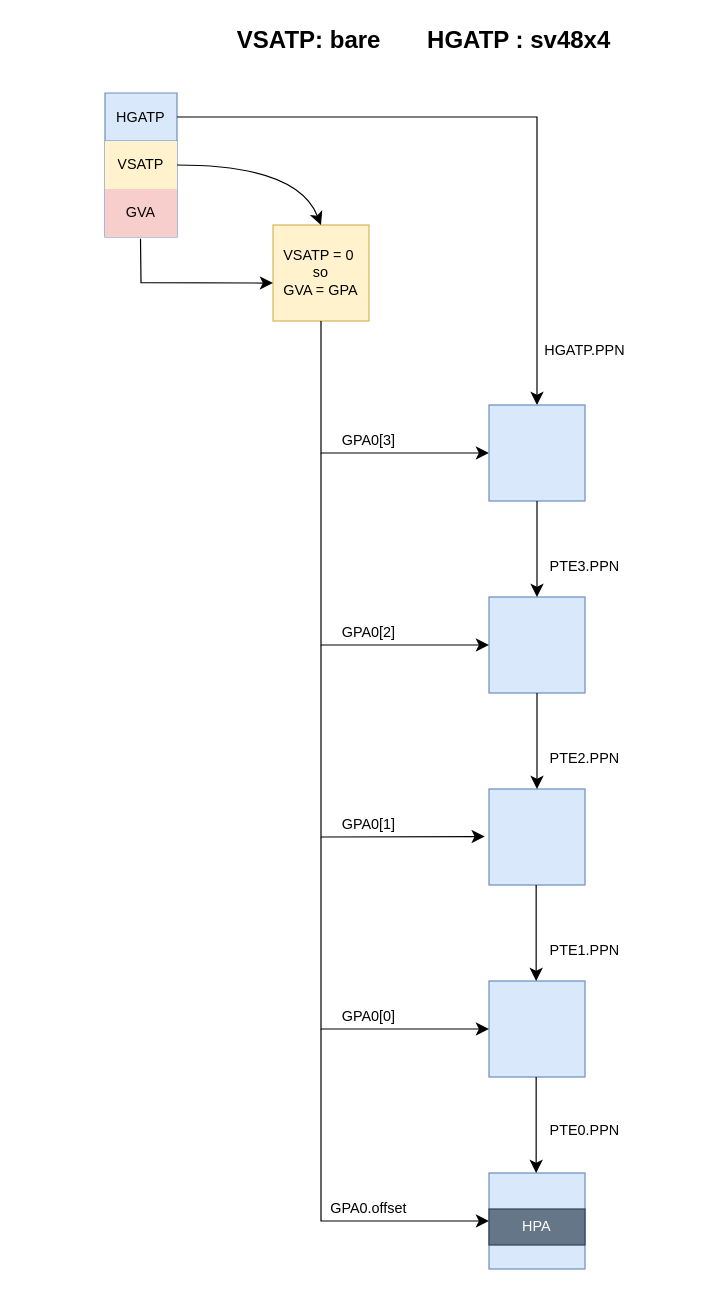
The draw.io diagram page "Page-5" (5 of 9) of vsatp_bare_hgatp_sv39x4.drawio in junaida32/AQLTech, before the edit. Source tidied: cells renumbered, new cells numbered last; positions are measured from the earlier drawing's top-left corner, leaving out a move shared by most shapes. Both pictures are drawn from the tidied source at 120%, with x=0, y=0 at pixel (104, 20).
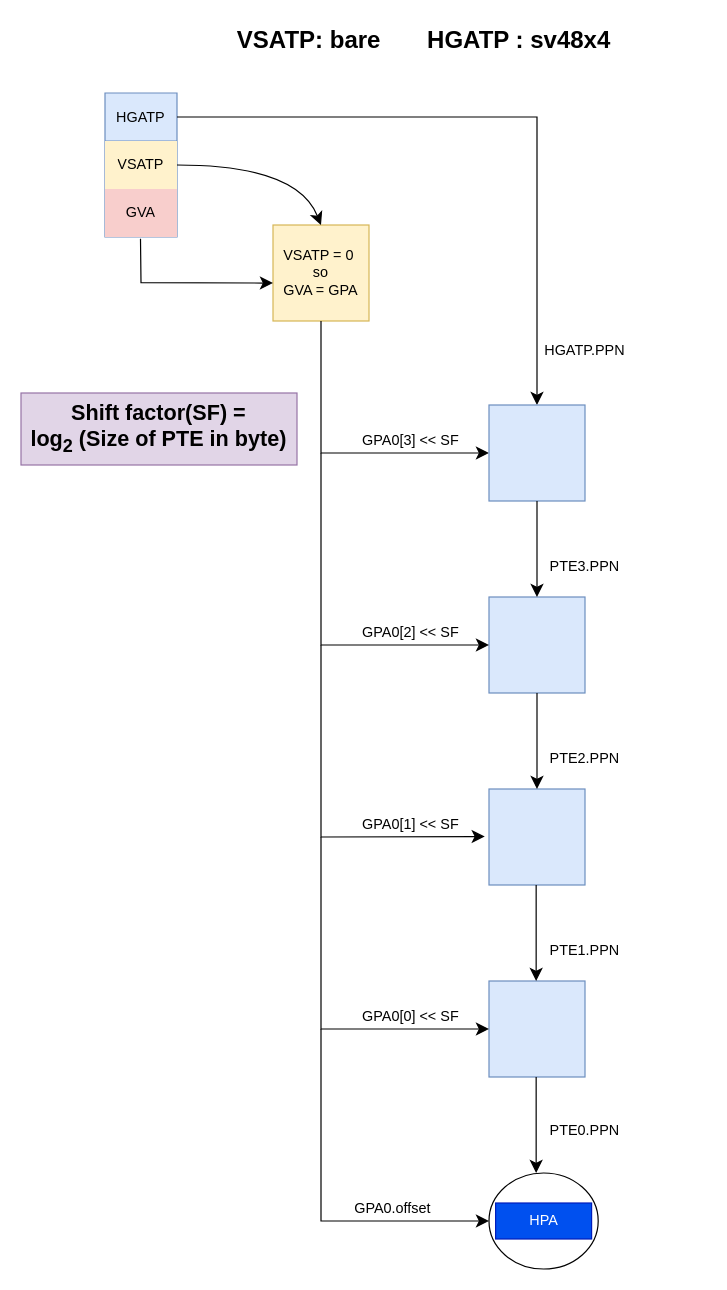
The same page after the edit.

The change refers to these unchanged cells:
```xml
<mxCell id="2" style="whiteSpace=wrap;html=1;fillColor=#dae8fc;strokeColor=#6c8ebf;" parent="1" vertex="1">
  <mxGeometry x="320" y="480" width="80" height="80" as="geometry" />
</mxCell>
<mxCell id="3" style="whiteSpace=wrap;html=1;fillColor=#dae8fc;strokeColor=#6c8ebf;" parent="1" vertex="1">
  <mxGeometry x="320" y="640" width="80" height="80" as="geometry" />
</mxCell>
<mxCell id="4" style="whiteSpace=wrap;html=1;fillColor=#dae8fc;strokeColor=#6c8ebf;" parent="1" vertex="1">
  <mxGeometry x="320" y="800" width="80" height="80" as="geometry" />
</mxCell>
<mxCell id="8" style="shape=tableRow;horizontal=0;startSize=0;swimlaneHead=0;swimlaneBody=0;strokeColor=inherit;top=0;left=0;bottom=0;right=0;fillColor=none;points=[[0,0.5],[1,0.5]];portConstraint=eastwest;" parent="5" vertex="1">
  <mxGeometry y="80" width="60" height="40" as="geometry" />
</mxCell>
<mxCell id="32" style="whiteSpace=wrap;html=1;fillColor=#dae8fc;strokeColor=#6c8ebf;" parent="1" vertex="1">
  <mxGeometry x="320" y="320" width="80" height="80" as="geometry" />
</mxCell>
```

The edit, as a diff of the source:
```diff
@@
-    <mxCell id="12" style="endArrow=classic;html=1;rounded=0;fontSize=12;startSize=8;endSize=8;entryX=0.5;entryY=0;entryDx=0;entryDy=0;" parent="1" edge="1" target="32">
-      <mxGeometry relative="1" as="geometry">
-        <mxPoint x="60" y="80" as="sourcePoint" />
-        <Array as="points">
-          <mxPoint x="360" y="80" />
-        </Array>
-      </mxGeometry>
-    </mxCell>
+    <mxCell id="37" style="endArrow=classic;html=1;rounded=0;fontSize=12;startSize=8;endSize=8;entryX=0.5;entryY=0;entryDx=0;entryDy=0;" parent="1" edge="1" target="32">
+      <mxGeometry relative="1" as="geometry">
+        <mxPoint x="60" y="80" as="sourcePoint" />
+        <Array as="points">
+          <mxPoint x="360" y="80" />
+        </Array>
+      </mxGeometry>
+    </mxCell>
@@
-    <mxCell id="15" value="GPA0[2]" style="text;html=1;align=center;verticalAlign=middle;whiteSpace=wrap;rounded=0;" parent="1" vertex="1">
-      <mxGeometry x="190" y="500" width="60" height="20" as="geometry" />
-    </mxCell>
-    <mxCell id="16" style="endArrow=classic;html=1;rounded=0;fontSize=12;startSize=8;endSize=8;exitX=0.493;exitY=1.038;exitDx=0;exitDy=0;exitPerimeter=0;entryX=0;entryY=0.5;entryDx=0;entryDy=0;" parent="1" edge="1" source="8">
-      <mxGeometry relative="1" as="geometry">
-        <mxPoint x="140" y="218.4" as="targetPoint" />
-        <Array as="points">
-          <mxPoint x="30" y="218" />
-        </Array>
-      </mxGeometry>
-    </mxCell>
-    <mxCell id="17" style="endArrow=classic;html=1;rounded=0;fontSize=12;startSize=8;endSize=8;entryX=-0.044;entryY=0.495;entryDx=0;entryDy=0;entryPerimeter=0;" parent="1" edge="1" target="3">
-      <mxGeometry relative="1" as="geometry">
-        <mxPoint x="180" y="520" as="sourcePoint" />
-        <Array as="points">
-          <mxPoint x="180" y="590" />
-          <mxPoint x="180" y="680" />
-        </Array>
-      </mxGeometry>
-    </mxCell>
-    <mxCell id="18" value="GPA0[1]" style="text;html=1;align=center;verticalAlign=middle;whiteSpace=wrap;rounded=0;" parent="1" vertex="1">
-      <mxGeometry x="190" y="660" width="60" height="20" as="geometry" />
-    </mxCell>
-    <mxCell id="19" style="endArrow=classic;html=1;rounded=0;fontSize=12;startSize=8;endSize=8;entryX=0;entryY=0.5;entryDx=0;entryDy=0;" parent="1" edge="1" target="4">
-      <mxGeometry relative="1" as="geometry">
-        <mxPoint x="180" y="680" as="sourcePoint" />
-        <Array as="points">
-          <mxPoint x="180" y="840" />
-        </Array>
-      </mxGeometry>
-    </mxCell>
-    <mxCell id="20" value="GPA0[0]" style="text;html=1;align=center;verticalAlign=middle;whiteSpace=wrap;rounded=0;" parent="1" vertex="1">
-      <mxGeometry x="190" y="820" width="60" height="20" as="geometry" />
-    </mxCell>
+    <mxCell id="38" style="endArrow=classic;html=1;rounded=0;fontSize=12;startSize=8;endSize=8;exitX=0.493;exitY=1.038;exitDx=0;exitDy=0;exitPerimeter=0;entryX=0;entryY=0.5;entryDx=0;entryDy=0;" parent="1" edge="1" source="8">
+      <mxGeometry relative="1" as="geometry">
+        <mxPoint x="140" y="218.4" as="targetPoint" />
+        <Array as="points">
+          <mxPoint x="30" y="218" />
+        </Array>
+      </mxGeometry>
+    </mxCell>
+    <mxCell id="39" style="endArrow=classic;html=1;rounded=0;fontSize=12;startSize=8;endSize=8;entryX=-0.044;entryY=0.495;entryDx=0;entryDy=0;entryPerimeter=0;" parent="1" edge="1" target="3">
+      <mxGeometry relative="1" as="geometry">
+        <mxPoint x="180" y="520" as="sourcePoint" />
+        <Array as="points">
+          <mxPoint x="180" y="590" />
+          <mxPoint x="180" y="680" />
+        </Array>
+      </mxGeometry>
+    </mxCell>
+    <mxCell id="40" style="endArrow=classic;html=1;rounded=0;fontSize=12;startSize=8;endSize=8;entryX=0;entryY=0.5;entryDx=0;entryDy=0;" parent="1" edge="1" target="4">
+      <mxGeometry relative="1" as="geometry">
+        <mxPoint x="180" y="680" as="sourcePoint" />
+        <Array as="points">
+          <mxPoint x="180" y="840" />
+        </Array>
+      </mxGeometry>
+    </mxCell>
@@
-    <mxCell id="22" style="endArrow=classic;html=1;rounded=0;fontSize=12;startSize=8;endSize=8;exitX=0.5;exitY=1;exitDx=0;exitDy=0;entryX=0.5;entryY=0;entryDx=0;entryDy=0;" parent="1" edge="1">
-      <mxGeometry relative="1" as="geometry">
-        <mxPoint x="359.3" y="720" as="sourcePoint" />
-        <mxPoint x="359.3" y="800" as="targetPoint" />
-      </mxGeometry>
-    </mxCell>
+    <mxCell id="41" style="endArrow=classic;html=1;rounded=0;fontSize=12;startSize=8;endSize=8;exitX=0.5;exitY=1;exitDx=0;exitDy=0;entryX=0.5;entryY=0;entryDx=0;entryDy=0;" parent="1" edge="1">
+      <mxGeometry relative="1" as="geometry">
+        <mxPoint x="359.3" y="720" as="sourcePoint" />
+        <mxPoint x="359.3" y="800" as="targetPoint" />
+      </mxGeometry>
+    </mxCell>
@@
-    <mxCell id="25" style="whiteSpace=wrap;html=1;fillColor=#dae8fc;strokeColor=#6c8ebf;" parent="1" vertex="1">
-      <mxGeometry x="320" y="960" width="80" height="80" as="geometry" />
-    </mxCell>
-    <mxCell id="26" style="endArrow=classic;html=1;rounded=0;fontSize=12;startSize=8;endSize=8;exitX=0.5;exitY=1;exitDx=0;exitDy=0;entryX=0.5;entryY=0;entryDx=0;entryDy=0;" parent="1" edge="1">
-      <mxGeometry relative="1" as="geometry">
-        <mxPoint x="359.3" y="880" as="sourcePoint" />
-        <mxPoint x="359.3" y="960" as="targetPoint" />
-      </mxGeometry>
-    </mxCell>
+    <mxCell id="42" style="endArrow=classic;html=1;rounded=0;fontSize=12;startSize=8;endSize=8;exitX=0.5;exitY=1;exitDx=0;exitDy=0;entryX=0.5;entryY=0;entryDx=0;entryDy=0;" parent="1" edge="1">
+      <mxGeometry relative="1" as="geometry">
+        <mxPoint x="359.3" y="880" as="sourcePoint" />
+        <mxPoint x="359.3" y="960" as="targetPoint" />
+      </mxGeometry>
+    </mxCell>
@@
-    <mxCell id="28" style="endArrow=classic;html=1;rounded=0;fontSize=12;startSize=8;endSize=8;" parent="1" edge="1">
-      <mxGeometry relative="1" as="geometry">
-        <mxPoint x="180" y="840" as="sourcePoint" />
-        <mxPoint x="320" y="1000" as="targetPoint" />
-        <Array as="points">
-          <mxPoint x="180" y="1000" />
-        </Array>
-      </mxGeometry>
-    </mxCell>
-    <mxCell id="29" value="GPA0.offset" style="text;html=1;align=center;verticalAlign=middle;whiteSpace=wrap;rounded=0;" parent="1" vertex="1">
-      <mxGeometry x="190" y="980" width="60" height="20" as="geometry" />
-    </mxCell>
-    <mxCell id="30" value="HPA" style="rounded=0;whiteSpace=wrap;html=1;fillColor=#647687;fontColor=#ffffff;strokeColor=#314354;" parent="1" vertex="1">
-      <mxGeometry x="320" y="990" width="80" height="30" as="geometry" />
-    </mxCell>
+    <mxCell id="43" style="endArrow=classic;html=1;rounded=0;fontSize=12;startSize=8;endSize=8;" parent="1" edge="1">
+      <mxGeometry relative="1" as="geometry">
+        <mxPoint x="180" y="840" as="sourcePoint" />
+        <mxPoint x="320" y="1000" as="targetPoint" />
+        <Array as="points">
+          <mxPoint x="180" y="1000" />
+        </Array>
+      </mxGeometry>
+    </mxCell>
@@
-    <mxCell id="33" value="GPA0[3]" style="text;html=1;align=center;verticalAlign=middle;whiteSpace=wrap;rounded=0;" parent="1" vertex="1">
-      <mxGeometry x="190" y="340" width="60" height="20" as="geometry" />
-    </mxCell>
-    <mxCell id="34" style="endArrow=classic;html=1;rounded=0;fontSize=12;startSize=8;endSize=8;exitX=0.5;exitY=1;exitDx=0;exitDy=0;entryX=0.5;entryY=0;entryDx=0;entryDy=0;" parent="1" edge="1" source="32">
-      <mxGeometry relative="1" as="geometry">
-        <mxPoint x="360" y="480" as="targetPoint" />
-      </mxGeometry>
-    </mxCell>
+    <mxCell id="44" style="endArrow=classic;html=1;rounded=0;fontSize=12;startSize=8;endSize=8;exitX=0.5;exitY=1;exitDx=0;exitDy=0;entryX=0.5;entryY=0;entryDx=0;entryDy=0;" parent="1" edge="1" source="32">
+      <mxGeometry relative="1" as="geometry">
+        <mxPoint x="360" y="480" as="targetPoint" />
+      </mxGeometry>
+    </mxCell>
@@
-    <mxCell id="36" style="endArrow=classic;html=1;rounded=0;fontSize=12;startSize=8;endSize=8;entryX=0;entryY=0.5;entryDx=0;entryDy=0;" parent="1" edge="1" target="2">
-      <mxGeometry relative="1" as="geometry">
-        <mxPoint x="180" y="360" as="sourcePoint" />
-        <Array as="points">
-          <mxPoint x="180" y="520" />
-        </Array>
-      </mxGeometry>
-    </mxCell>
+    <mxCell id="45" style="endArrow=classic;html=1;rounded=0;fontSize=12;startSize=8;endSize=8;entryX=0;entryY=0.5;entryDx=0;entryDy=0;" parent="1" edge="1" target="2">
+      <mxGeometry relative="1" as="geometry">
+        <mxPoint x="180" y="360" as="sourcePoint" />
+        <Array as="points">
+          <mxPoint x="180" y="520" />
+        </Array>
+      </mxGeometry>
+    </mxCell>
+    <mxCell id="46" style="ellipse;whiteSpace=wrap;html=1;" parent="1" vertex="1">
+      <mxGeometry x="320" y="960" width="91" height="80" as="geometry" />
+    </mxCell>
+    <mxCell id="30" value="HPA" style="rounded=0;whiteSpace=wrap;html=1;fillColor=#0050ef;fontColor=#ffffff;strokeColor=#001DBC;" parent="1" vertex="1">
+      <mxGeometry x="325.5" y="985" width="80" height="30" as="geometry" />
+    </mxCell>
+    <mxCell id="47" value="GPA0[1]&amp;nbsp;&amp;lt;&amp;lt; SF" style="text;html=1;align=center;verticalAlign=middle;whiteSpace=wrap;rounded=0;" parent="1" vertex="1">
+      <mxGeometry x="210" y="660" width="90" height="20" as="geometry" />
+    </mxCell>
+    <mxCell id="48" value="GPA0[0]&amp;nbsp;&amp;lt;&amp;lt; SF" style="text;html=1;align=center;verticalAlign=middle;whiteSpace=wrap;rounded=0;" parent="1" vertex="1">
+      <mxGeometry x="210" y="820" width="90" height="20" as="geometry" />
+    </mxCell>
+    <mxCell id="29" value="GPA0.offset" style="text;html=1;align=center;verticalAlign=middle;whiteSpace=wrap;rounded=0;" parent="1" vertex="1">
+      <mxGeometry x="210" y="980" width="60" height="20" as="geometry" />
+    </mxCell>
+    <mxCell id="49" value="GPA0[2]&amp;nbsp;&amp;lt;&amp;lt; SF" style="text;html=1;align=center;verticalAlign=middle;whiteSpace=wrap;rounded=0;" parent="1" vertex="1">
+      <mxGeometry x="210" y="500" width="90" height="20" as="geometry" />
+    </mxCell>
+    <mxCell id="50" value="GPA0[3]&amp;nbsp;&amp;lt;&amp;lt; SF" style="text;html=1;align=center;verticalAlign=middle;whiteSpace=wrap;rounded=0;" parent="1" vertex="1">
+      <mxGeometry x="210" y="340" width="90" height="20" as="geometry" />
+    </mxCell>
+    <mxCell id="51" value="&lt;font style=&quot;font-size: 18px;&quot;&gt;&lt;b&gt;Shift factor(SF) = log&lt;sub&gt;2&lt;/sub&gt;&amp;nbsp;(Size of PTE in byte)&lt;/b&gt;&lt;/font&gt;" style="rounded=0;whiteSpace=wrap;html=1;fillColor=#e1d5e7;strokeColor=#9673a6;" parent="1" vertex="1">
+      <mxGeometry x="-70" y="310" width="230" height="60" as="geometry" />
+    </mxCell>
```
